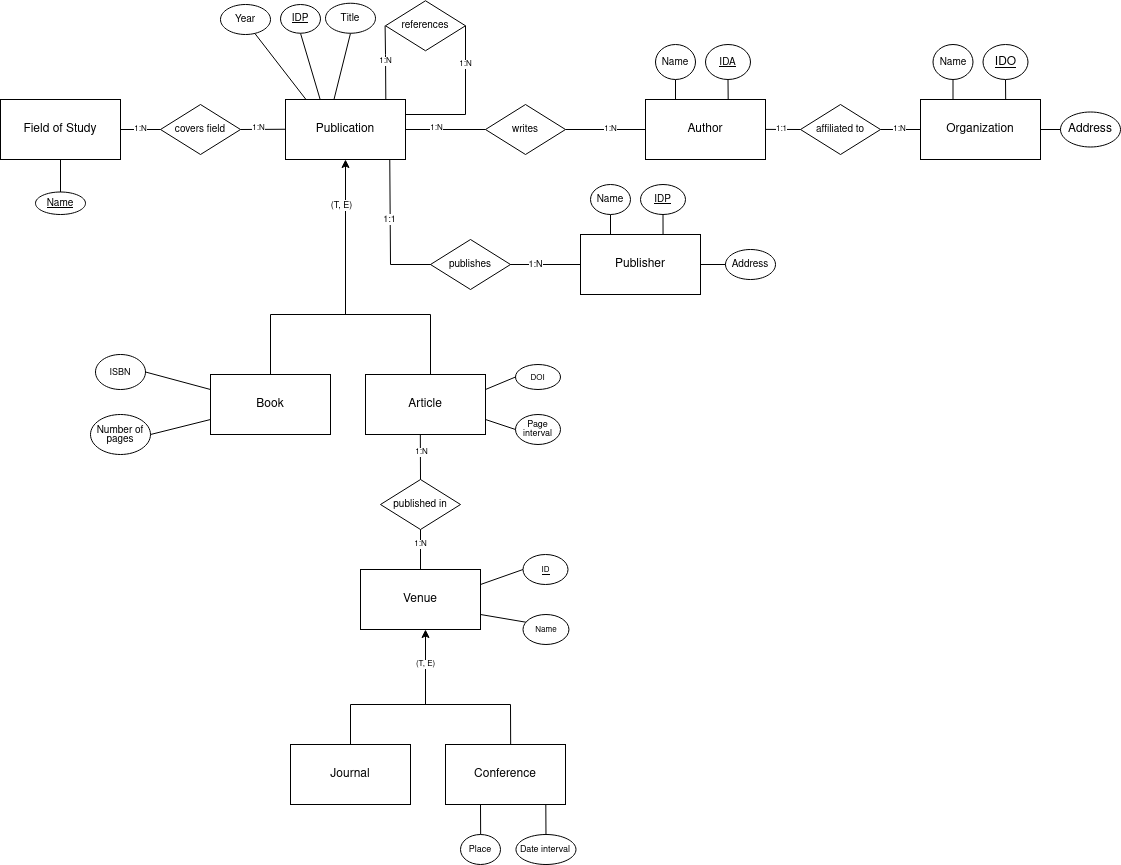
Eliaxie/SMBUD-NoSQL-Project keeps this draw.io diagram as schemas/ER_def.drawio.png. Above is the earlier version. Source tidied: cells renumbered, new cells last; positions are measured from the earlier drawing's top-left corner, leaving out a move shared by most shapes.
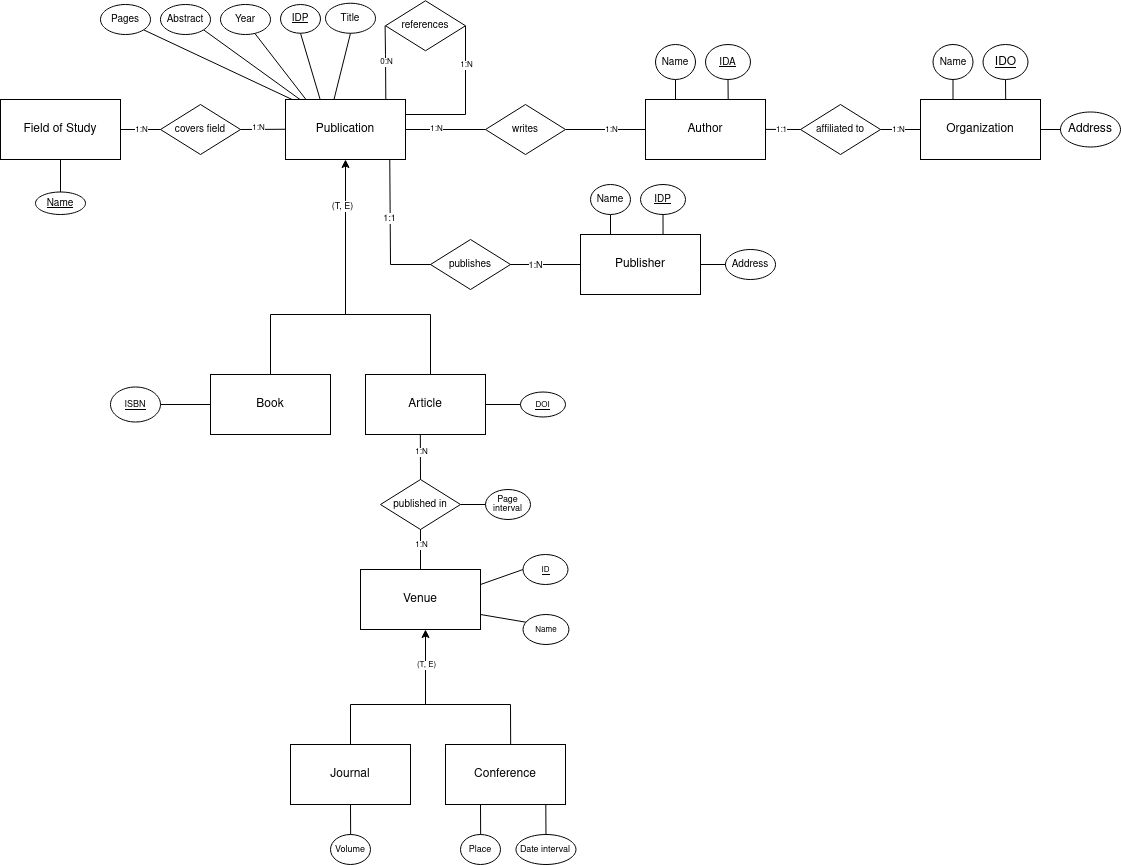
The same diagram one commit later.

The edit, as a diff of the source:
```diff
@@ -75,11 +75,11 @@
         </Array>
       </mxGeometry>
     </mxCell>
-    <mxCell id="22" style="endArrow=none;html=1;rounded=0;entryX=0;entryY=0.25;entryDx=0;entryDy=0;exitX=1;exitY=0.5;exitDx=0;exitDy=0;" parent="1" edge="1" source="23" target="4">
+    <mxCell id="22" style="endArrow=none;html=1;rounded=0;entryX=0;entryY=0.5;entryDx=0;entryDy=0;exitX=1;exitY=0.5;exitDx=0;exitDy=0;" parent="1" edge="1" source="23" target="4">
       <mxGeometry relative="1" as="geometry" />
     </mxCell>
-    <mxCell id="23" value="&lt;font style=&quot;font-size: 9px;&quot;&gt;&lt;span style=&quot;&quot;&gt;ISBN&lt;/span&gt;&lt;/font&gt;" style="ellipse;whiteSpace=wrap;html=1;" parent="1" vertex="1">
-      <mxGeometry x="95" y="354" width="50" height="35" as="geometry" />
+    <mxCell id="23" value="&lt;u&gt;&lt;font style=&quot;font-size: 9px;&quot;&gt;&lt;span style=&quot;&quot;&gt;ISBN&lt;/span&gt;&lt;/font&gt;&lt;/u&gt;" style="ellipse;whiteSpace=wrap;html=1;" parent="1" vertex="1">
+      <mxGeometry x="110" y="386.5" width="50" height="35" as="geometry" />
     </mxCell>
     <mxCell id="24" style="endArrow=none;html=1;rounded=0;fontSize=8;exitX=0.5;exitY=1;exitDx=0;exitDy=0;entryX=0.29;entryY=0.008;entryDx=0;entryDy=0;entryPerimeter=0;" parent="1" edge="1" source="25" target="2">
       <mxGeometry relative="1" as="geometry" />
@@ -105,11 +105,11 @@
     <mxCell id="31" value="&lt;font style=&quot;font-size: 8px;&quot;&gt;Name&lt;/font&gt;" style="ellipse;whiteSpace=wrap;html=1;" parent="1" vertex="1">
       <mxGeometry x="522.5" y="614" width="45.9" height="30" as="geometry" />
     </mxCell>
-    <mxCell id="32" style="endArrow=none;html=1;rounded=0;fontSize=8;exitX=1;exitY=0.25;exitDx=0;exitDy=0;entryX=0;entryY=0.5;entryDx=0;entryDy=0;" parent="1" edge="1" source="5" target="33">
+    <mxCell id="32" style="endArrow=none;html=1;rounded=0;fontSize=8;exitX=1;exitY=0.5;exitDx=0;exitDy=0;entryX=0;entryY=0.5;entryDx=0;entryDy=0;" parent="1" edge="1" source="5" target="33">
       <mxGeometry relative="1" as="geometry" />
     </mxCell>
-    <mxCell id="33" value="&lt;span style=&quot;font-size: 8px;&quot;&gt;DOI&lt;/span&gt;" style="ellipse;whiteSpace=wrap;html=1;" parent="1" vertex="1">
-      <mxGeometry x="515" y="364" width="45" height="25" as="geometry" />
+    <mxCell id="33" value="&lt;u&gt;&lt;span style=&quot;font-size: 8px;&quot;&gt;DOI&lt;/span&gt;&lt;/u&gt;" style="ellipse;whiteSpace=wrap;html=1;" parent="1" vertex="1">
+      <mxGeometry x="520" y="391.5" width="45" height="25" as="geometry" />
     </mxCell>
     <mxCell id="34" style="endArrow=none;html=1;rounded=0;fontSize=12;entryX=-0.005;entryY=0.499;entryDx=0;entryDy=0;exitX=0.836;exitY=-0.003;exitDx=0;exitDy=0;exitPerimeter=0;labelBackgroundColor=#FFFF66;entryPerimeter=0;" parent="1" edge="1" source="2" target="49">
       <mxGeometry relative="1" as="geometry">
@@ -118,7 +118,7 @@
         </Array>
       </mxGeometry>
     </mxCell>
-    <mxCell id="35" value="1:N" style="edgeLabel;html=1;align=center;verticalAlign=middle;fontSize=8;" parent="34" vertex="1">
+    <mxCell id="35" value="0:N" style="edgeLabel;html=1;align=center;verticalAlign=middle;fontSize=8;" parent="34" vertex="1">
       <mxGeometry x="0.06" y="1" relative="1" as="geometry">
         <mxPoint x="1" y="1" as="offset" />
       </mxGeometry>
@@ -230,17 +230,13 @@
       <mxGeometry x="522.5" y="554" width="45" height="30" as="geometry" />
     </mxCell>
     <mxCell id="61" value="&lt;p style=&quot;line-height: 1; font-size: 9px;&quot;&gt;&lt;font style=&quot;font-size: 9px;&quot;&gt;Page interval&lt;br&gt;&lt;/font&gt;&lt;/p&gt;" style="ellipse;whiteSpace=wrap;html=1;" parent="1" vertex="1">
-      <mxGeometry x="515" y="414" width="45" height="30" as="geometry" />
+      <mxGeometry x="485" y="489" width="45" height="30" as="geometry" />
     </mxCell>
-    <mxCell id="62" style="endArrow=none;html=1;rounded=0;fontSize=8;exitX=1;exitY=0.75;exitDx=0;exitDy=0;entryX=0;entryY=0.5;entryDx=0;entryDy=0;" parent="1" edge="1" source="5" target="61">
-      <mxGeometry relative="1" as="geometry" />
+    <mxCell id="62" style="endArrow=none;html=1;rounded=0;fontSize=8;exitX=1;exitY=0.75;exitDx=0;exitDy=0;entryX=0;entryY=0.5;entryDx=0;entryDy=0;" parent="1" edge="1" target="61">
+      <mxGeometry relative="1" as="geometry">
+        <mxPoint x="460" y="504" as="sourcePoint" />
+      </mxGeometry>
     </mxCell>
-    <mxCell id="63" value="&lt;p style=&quot;line-height: 0.9; font-size: 10px;&quot;&gt;&lt;font style=&quot;font-size: 10px;&quot;&gt;Number of pages&lt;br&gt;&lt;/font&gt;&lt;/p&gt;" style="ellipse;whiteSpace=wrap;html=1;" parent="1" vertex="1">
-      <mxGeometry x="90" y="414" width="60" height="40" as="geometry" />
-    </mxCell>
-    <mxCell id="64" style="endArrow=none;html=1;rounded=0;fontSize=8;exitX=1;exitY=0.5;exitDx=0;exitDy=0;entryX=0;entryY=0.75;entryDx=0;entryDy=0;" parent="1" edge="1" source="63" target="4">
-      <mxGeometry relative="1" as="geometry" />
-    </mxCell>
     <mxCell id="65" style="endArrow=none;html=1;rounded=0;entryX=0.836;entryY=0.997;entryDx=0;entryDy=0;exitX=0.5;exitY=0;exitDx=0;exitDy=0;entryPerimeter=0;" parent="1" edge="1">
       <mxGeometry relative="1" as="geometry">
         <mxPoint x="480.2" y="834" as="sourcePoint" />
@@ -331,5 +327,26 @@
     <mxCell id="87" style="endArrow=none;html=1;rounded=0;entryX=1;entryY=0.5;entryDx=0;entryDy=0;exitX=0;exitY=0.5;exitDx=0;exitDy=0;" parent="1" edge="1" source="86" target="77">
       <mxGeometry relative="1" as="geometry" />
     </mxCell>
+    <mxCell id="88" value="&lt;font style=&quot;font-size: 9px;&quot;&gt;Volume&lt;/font&gt;" style="ellipse;whiteSpace=wrap;html=1;" parent="1" vertex="1">
+      <mxGeometry x="330" y="834" width="40" height="30" as="geometry" />
+    </mxCell>
+    <mxCell id="89" style="endArrow=none;html=1;rounded=0;entryX=0.836;entryY=0.997;entryDx=0;entryDy=0;exitX=0.5;exitY=0;exitDx=0;exitDy=0;entryPerimeter=0;" parent="1" edge="1">
+      <mxGeometry relative="1" as="geometry">
+        <mxPoint x="350.2" y="834" as="sourcePoint" />
+        <mxPoint x="350" y="803.8" as="targetPoint" />
+      </mxGeometry>
+    </mxCell>
+    <mxCell id="90" style="endArrow=none;html=1;rounded=0;entryX=0.121;entryY=0;entryDx=0;entryDy=0;exitX=1;exitY=1;exitDx=0;exitDy=0;entryPerimeter=0;" parent="1" edge="1" source="91" target="2">
+      <mxGeometry relative="1" as="geometry" />
+    </mxCell>
+    <mxCell id="91" value="&lt;font style=&quot;font-size: 10px;&quot;&gt;Abstract&lt;/font&gt;" style="ellipse;whiteSpace=wrap;html=1;" parent="1" vertex="1">
+      <mxGeometry x="160" y="4" width="50" height="30" as="geometry" />
+    </mxCell>
+    <mxCell id="92" style="endArrow=none;html=1;rounded=0;entryX=0.054;entryY=-0.001;entryDx=0;entryDy=0;exitX=1;exitY=1;exitDx=0;exitDy=0;entryPerimeter=0;" parent="1" edge="1" source="93" target="2">
+      <mxGeometry relative="1" as="geometry" />
+    </mxCell>
+    <mxCell id="93" value="&lt;font style=&quot;font-size: 10px;&quot;&gt;Pages&lt;/font&gt;" style="ellipse;whiteSpace=wrap;html=1;" parent="1" vertex="1">
+      <mxGeometry x="100" y="4" width="50" height="30" as="geometry" />
+    </mxCell>
   </root>
 </mxGraphModel>
```
